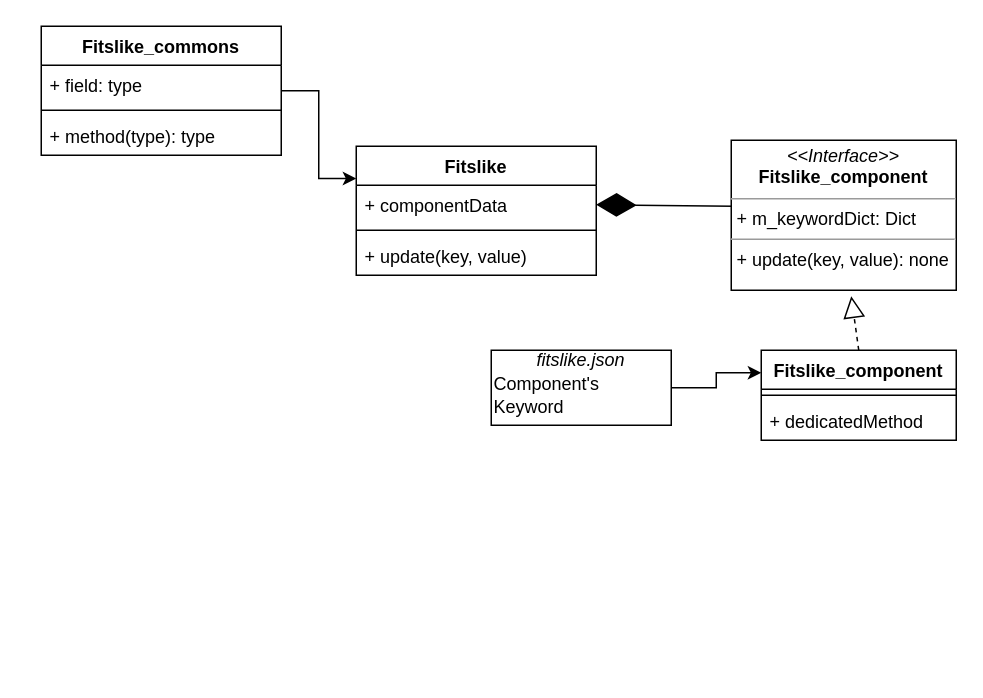
Earlier version of the draw.io diagram srttools/fileFormats/Fitslike.drawio (TheDebbio/srt-single-dish-tools). Source tidied: cells renumbered, new cells numbered last; positions are measured from the earlier drawing's top-left corner, leaving out a move shared by most shapes. Both pictures are drawn from the tidied source at 150%, with x=0, y=0 at pixel (40, 26).
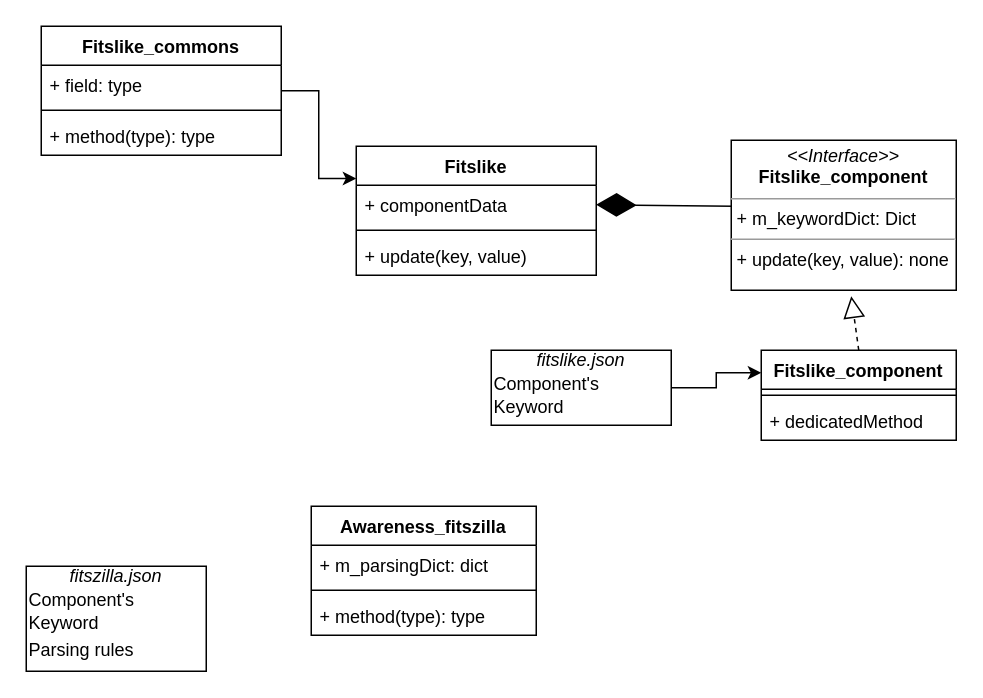
The same diagram, later.

Diff of the diagram source:
```diff
@@
+    <mxCell id="19" value="&lt;div align=&quot;center&quot;&gt;&lt;i&gt;fitszilla.json&lt;/i&gt;&lt;br&gt;&lt;/div&gt;&lt;table style=&quot;width: 100% ; font-size: 1em&quot; cellspacing=&quot;0&quot; cellpadding=&quot;2&quot;&gt;&lt;tbody&gt;&lt;tr&gt;&lt;td&gt;Component's&lt;br&gt;Keyword&lt;br&gt;&lt;/td&gt;&lt;td&gt;&lt;br&gt;&lt;/td&gt;&lt;/tr&gt;&lt;tr&gt;&lt;td&gt;Parsing rules&lt;br&gt;&lt;/td&gt;&lt;td&gt;&lt;br&gt;&lt;/td&gt;&lt;/tr&gt;&lt;tr&gt;&lt;td&gt;&lt;br&gt;&lt;/td&gt;&lt;td&gt;&lt;br&gt;&lt;/td&gt;&lt;/tr&gt;&lt;/tbody&gt;&lt;/table&gt;" style="verticalAlign=top;align=left;overflow=fill;html=1;" parent="1" vertex="1">
+      <mxGeometry x="-10" y="360" width="120" height="70" as="geometry" />
+    </mxCell>
+    <mxCell id="20" value="Awareness_fitszilla" style="swimlane;fontStyle=1;align=center;verticalAlign=top;horizontal=1;startSize=26;" parent="1" vertex="1">
+      <mxGeometry x="180" y="320" width="150" height="86" as="geometry" />
+    </mxCell>
+    <mxCell id="21" value="+ m_parsingDict: dict&#10;&#10;" style="text;strokeColor=none;fillColor=none;align=left;verticalAlign=top;spacingLeft=4;spacingRight=4;overflow=hidden;" parent="20" vertex="1">
+      <mxGeometry y="26" width="150" height="26" as="geometry" />
+    </mxCell>
+    <mxCell id="22" style="line;strokeWidth=1;fillColor=none;align=left;verticalAlign=middle;spacingTop=-1;spacingLeft=3;spacingRight=3;labelPosition=right;" parent="20" vertex="1">
+      <mxGeometry y="52" width="150" height="8" as="geometry" />
+    </mxCell>
+    <mxCell id="23" value="+ method(type): type" style="text;strokeColor=none;fillColor=none;align=left;verticalAlign=top;spacingLeft=4;spacingRight=4;overflow=hidden;" parent="20" vertex="1">
+      <mxGeometry y="60" width="150" height="26" as="geometry" />
+    </mxCell>
```
